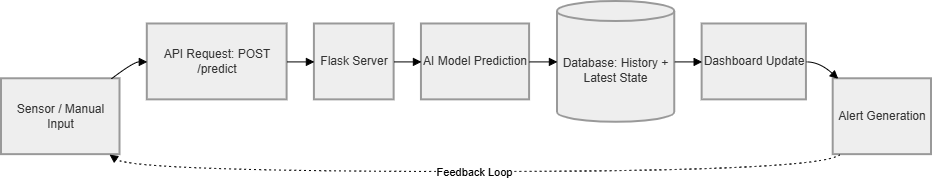
Above: diagrams/data_flow.drawio.png in HARDECOMM/AI-Drug-Stability-Intelligence-System-ADSI- (draw.io), before the change. Source tidied: cells renumbered, new cells last; positions are measured from the earlier drawing's top-left corner, leaving out a move shared by most shapes.
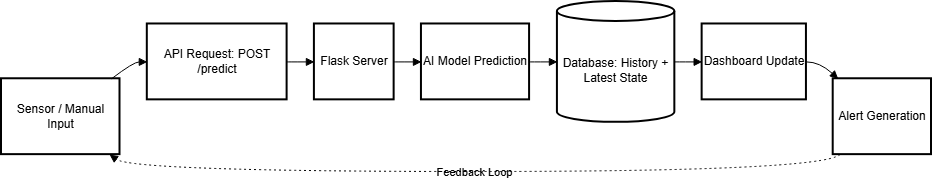
The same file after the commit.

What changed in the source:
```diff
@@ -2,57 +2,57 @@
   <root>
     <mxCell id="0" />
     <mxCell id="1" parent="0" />
-    <mxCell id="2" style="group;" parent="1" vertex="1">
-      <mxGeometry width="930" height="170" as="geometry" />
-    </mxCell>
+    <mxCell id="17" style="group;rounded=0;labelBackgroundColor=none;" parent="1" vertex="1">
+      <mxGeometry x="100" y="60" width="930" height="170" as="geometry" />
+    </mxCell>
-    <mxCell id="3" value="Sensor / Manual Input" style="whiteSpace=wrap;strokeWidth=2;fillColor=light-dark(#eeeeee,#1f2020);strokeColor=light-dark(#999999,#cccccc);fontColor=light-dark(#333333,#cccccc);" parent="2" vertex="1">
+    <mxCell id="3" value="Sensor / Manual Input" style="whiteSpace=wrap;strokeWidth=2;labelBackgroundColor=none;" parent="17" vertex="1">
       <mxGeometry y="77.3" width="118.5" height="75.9" as="geometry" />
     </mxCell>
-    <mxCell id="4" value="API Request: POST /predict" style="whiteSpace=wrap;strokeWidth=2;fillColor=light-dark(#eeeeee,#1f2020);strokeColor=light-dark(#999999,#cccccc);fontColor=light-dark(#333333,#cccccc);" parent="2" vertex="1">
+    <mxCell id="4" value="API Request: POST /predict" style="whiteSpace=wrap;strokeWidth=2;labelBackgroundColor=none;" parent="17" vertex="1">
       <mxGeometry x="145.8" y="22.5" width="139.8" height="75.9" as="geometry" />
     </mxCell>
-    <mxCell id="5" value="Flask Server" style="whiteSpace=wrap;strokeWidth=2;fillColor=light-dark(#eeeeee,#1f2020);strokeColor=light-dark(#999999,#cccccc);fontColor=light-dark(#333333,#cccccc);" parent="2" vertex="1">
+    <mxCell id="5" value="Flask Server" style="whiteSpace=wrap;strokeWidth=2;labelBackgroundColor=none;" parent="17" vertex="1">
       <mxGeometry x="312.9" y="22.5" width="79.7" height="75.9" as="geometry" />
     </mxCell>
-    <mxCell id="6" value="AI Model Prediction" style="whiteSpace=wrap;strokeWidth=2;fillColor=light-dark(#eeeeee,#1f2020);strokeColor=light-dark(#999999,#cccccc);fontColor=light-dark(#333333,#cccccc);" parent="2" vertex="1">
+    <mxCell id="6" value="AI Model Prediction" style="whiteSpace=wrap;strokeWidth=2;labelBackgroundColor=none;" parent="17" vertex="1">
       <mxGeometry x="419.9" y="22.5" width="108.1" height="75.9" as="geometry" />
     </mxCell>
-    <mxCell id="7" value="Database: History + Latest State" style="shape=cylinder3;boundedLbl=1;backgroundOutline=1;size=10;strokeWidth=2;whiteSpace=wrap;fillColor=light-dark(#eeeeee,#1f2020);strokeColor=light-dark(#999999,#cccccc);fontColor=light-dark(#333333,#cccccc);" parent="2" vertex="1">
+    <mxCell id="7" value="Database: History + Latest State" style="shape=cylinder3;boundedLbl=1;backgroundOutline=1;size=10;strokeWidth=2;whiteSpace=wrap;labelBackgroundColor=none;" parent="17" vertex="1">
       <mxGeometry x="555.9" width="117.4" height="120.8" as="geometry" />
     </mxCell>
-    <mxCell id="8" value="Dashboard Update" style="whiteSpace=wrap;strokeWidth=2;fillColor=light-dark(#eeeeee,#1f2020);strokeColor=light-dark(#999999,#cccccc);fontColor=light-dark(#333333,#cccccc);" parent="2" vertex="1">
+    <mxCell id="8" value="Dashboard Update" style="whiteSpace=wrap;strokeWidth=2;labelBackgroundColor=none;" parent="17" vertex="1">
       <mxGeometry x="700.6" y="22.5" width="104.3" height="75.9" as="geometry" />
     </mxCell>
-    <mxCell id="9" value="Alert Generation" style="whiteSpace=wrap;strokeWidth=2;fillColor=light-dark(#eeeeee,#1f2020);strokeColor=light-dark(#999999,#cccccc);fontColor=light-dark(#333333,#cccccc);" parent="2" vertex="1">
+    <mxCell id="9" value="Alert Generation" style="whiteSpace=wrap;strokeWidth=2;labelBackgroundColor=none;" parent="17" vertex="1">
       <mxGeometry x="831.7" y="77.3" width="98.3" height="75.9" as="geometry" />
     </mxCell>
-    <mxCell id="10" style="curved=1;startArrow=none;endArrow=block;exitX=0.92;exitY=0.01;entryX=0;entryY=0.5;rounded=0;" parent="2" edge="1" source="3" target="4">
+    <mxCell id="10" style="curved=1;startArrow=none;endArrow=block;exitX=0.92;exitY=0.01;entryX=0;entryY=0.5;rounded=0;labelBackgroundColor=none;fontColor=default;" parent="17" edge="1" source="3" target="4">
       <mxGeometry relative="1" as="geometry">
         <Array as="points">
           <mxPoint x="132.2" y="60.4" />
         </Array>
       </mxGeometry>
     </mxCell>
-    <mxCell id="11" style="curved=1;startArrow=none;endArrow=block;exitX=1;exitY=0.5;entryX=0;entryY=0.5;rounded=0;" parent="2" edge="1" source="4" target="5">
+    <mxCell id="11" style="curved=1;startArrow=none;endArrow=block;exitX=1;exitY=0.5;entryX=0;entryY=0.5;rounded=0;labelBackgroundColor=none;fontColor=default;" parent="17" edge="1" source="4" target="5">
       <mxGeometry relative="1" as="geometry" />
     </mxCell>
-    <mxCell id="12" style="curved=1;startArrow=none;endArrow=block;exitX=1;exitY=0.5;entryX=0;entryY=0.5;rounded=0;" parent="2" edge="1" source="5" target="6">
+    <mxCell id="12" style="curved=1;startArrow=none;endArrow=block;exitX=1;exitY=0.5;entryX=0;entryY=0.5;rounded=0;labelBackgroundColor=none;fontColor=default;" parent="17" edge="1" source="5" target="6">
       <mxGeometry relative="1" as="geometry" />
     </mxCell>
-    <mxCell id="13" style="curved=1;startArrow=none;endArrow=block;exitX=1;exitY=0.5;entryX=0;entryY=0.5;rounded=0;" parent="2" edge="1" source="6" target="7">
+    <mxCell id="13" style="curved=1;startArrow=none;endArrow=block;exitX=1;exitY=0.5;entryX=0;entryY=0.5;rounded=0;labelBackgroundColor=none;fontColor=default;" parent="17" edge="1" source="6" target="7">
       <mxGeometry relative="1" as="geometry" />
     </mxCell>
-    <mxCell id="14" style="curved=1;startArrow=none;endArrow=block;exitX=1;exitY=0.5;entryX=0;entryY=0.5;rounded=0;" parent="2" edge="1" source="7" target="8">
+    <mxCell id="14" style="curved=1;startArrow=none;endArrow=block;exitX=1;exitY=0.5;entryX=0;entryY=0.5;rounded=0;labelBackgroundColor=none;fontColor=default;" parent="17" edge="1" source="7" target="8">
       <mxGeometry relative="1" as="geometry" />
     </mxCell>
-    <mxCell id="15" style="curved=1;startArrow=none;endArrow=block;exitX=1;exitY=0.5;entryX=0.06;entryY=0.01;rounded=0;" parent="2" edge="1" source="8" target="9">
+    <mxCell id="15" style="curved=1;startArrow=none;endArrow=block;exitX=1;exitY=0.5;entryX=0.06;entryY=0.01;rounded=0;labelBackgroundColor=none;fontColor=default;" parent="17" edge="1" source="8" target="9">
       <mxGeometry relative="1" as="geometry">
         <Array as="points">
           <mxPoint x="818.1" y="60.4" />
         </Array>
       </mxGeometry>
     </mxCell>
-    <mxCell id="16" value="Feedback Loop" style="curved=1;dashed=1;dashPattern=2 3;startArrow=none;endArrow=block;exitX=0.06;exitY=1.01;entryX=0.92;entryY=1.01;rounded=0;" parent="2" edge="1" source="9" target="3">
+    <mxCell id="16" value="Feedback Loop" style="curved=1;dashed=1;dashPattern=2 3;startArrow=none;endArrow=block;exitX=0.06;exitY=1.01;entryX=0.92;entryY=1.01;rounded=0;labelBackgroundColor=none;fontColor=default;" parent="17" edge="1" source="9" target="3">
       <mxGeometry relative="1" as="geometry">
         <Array as="points">
           <mxPoint x="818.1" y="170" />
```
